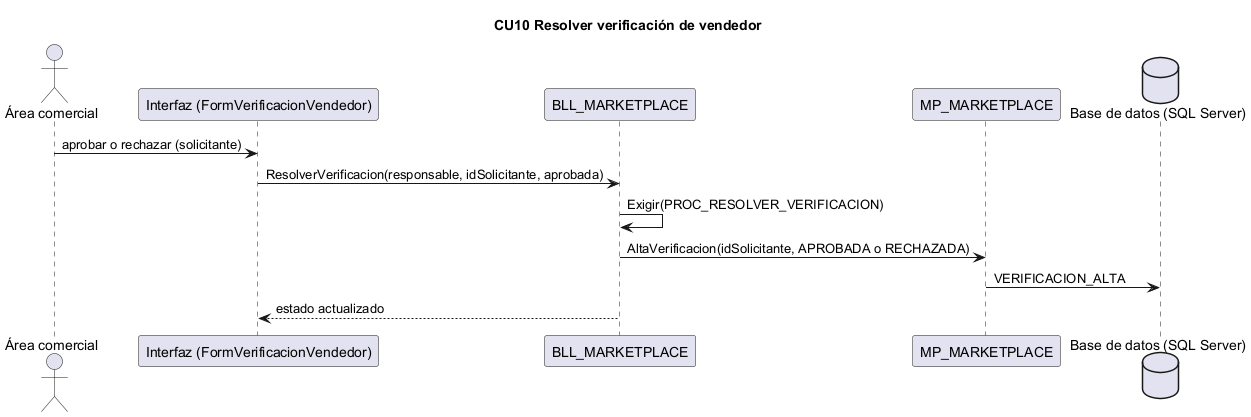
Earlier version of the PlantUML export docs/diagramas/secuencias_png/CU10.png (L-Muniz/uai-diploma_2026).
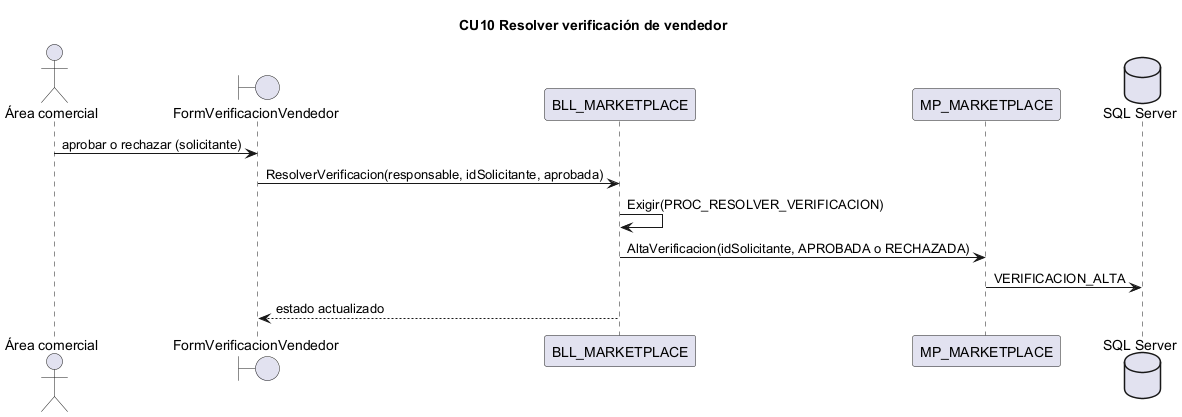
The same file after the commit.

What changed in the source:
```diff
@@ -1,10 +1,10 @@
 @startuml CU10
 title CU10 Resolver verificación de vendedor
 actor "Área comercial" as Area
-participant "Interfaz (FormVerificacionVendedor)" as IU
+boundary "FormVerificacionVendedor" as IU
 participant "BLL_MARKETPLACE" as BLL
 participant "MP_MARKETPLACE" as DAL
-database "Base de datos (SQL Server)" as BD
+database "SQL Server" as BD
 Area -> IU : aprobar o rechazar (solicitante)
 IU -> BLL : ResolverVerificacion(responsable, idSolicitante, aprobada)
 BLL -> BLL : Exigir(PROC_RESOLVER_VERIFICACION)
```
